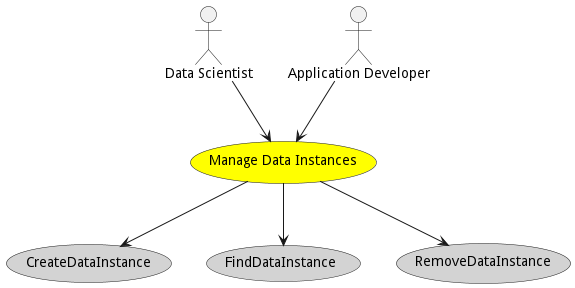
Above: docs/edgemere/diml/dml/do/usecases/managedatainstances/Activities.png in madajaju/edgemere (PlantUML), before the change. Source of this version:
```plantuml
@startuml


usecase "Manage Data Instances" as ManageDataInstances #yellow

Actor "Data Scientist" as DataScientist

DataScientist --> ManageDataInstances

Actor "Application Developer" as ApplicationDeveloper

ApplicationDeveloper --> ManageDataInstances



usecase "CreateDataInstance" as CreateDataInstance #lightgrey

ManageDataInstances --> CreateDataInstance

usecase "FindDataInstance" as FindDataInstance #lightgrey

ManageDataInstances --> FindDataInstance

usecase "RemoveDataInstance" as RemoveDataInstance #lightgrey

ManageDataInstances --> RemoveDataInstance









@enduml
```
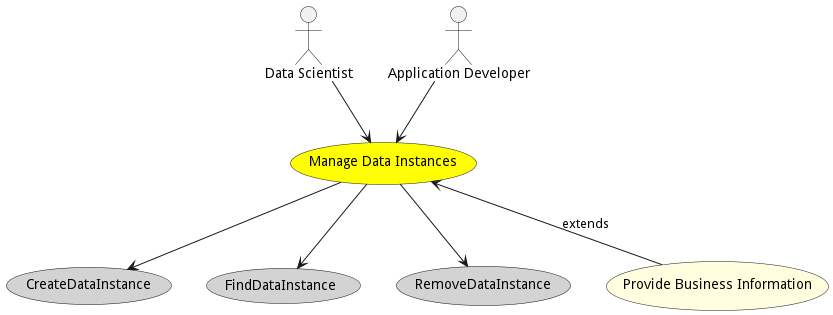
Later version of the same file.

The edit, as a diff of the source:
```diff
@@ -27,6 +27,10 @@
 
 
 
+usecase "Provide Business Information" as ProvideBusinessInformation #lightyellow
+
+ManageDataInstances <-- ProvideBusinessInformation : extends
+
 
 
 
```
